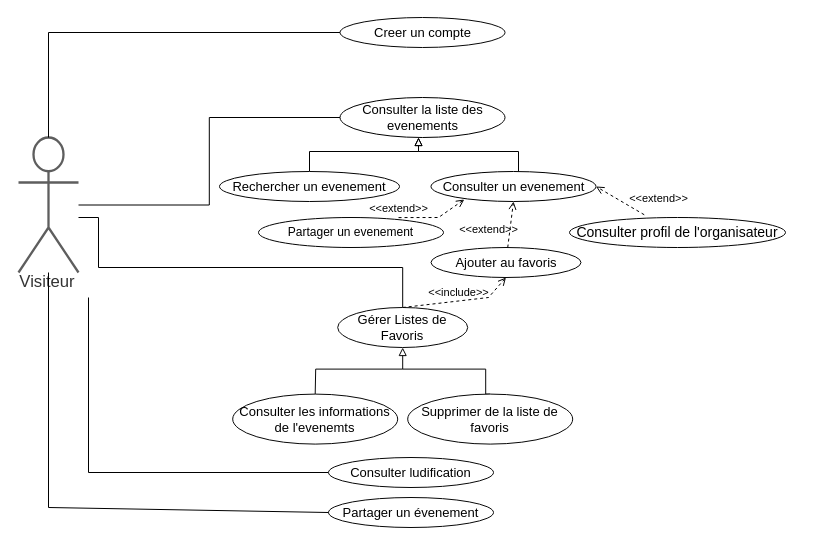
mohamedimem/event- keeps this draw.io diagram as Diagram de cas utilisation/1-Utilisateur_VF.drawio. Above is the earlier version. Source tidied: cells renumbered, new cells numbered last; positions are measured from the earlier drawing's top-left corner, leaving out a move shared by most shapes. Both pictures are drawn from the tidied source at 100%, with x=0, y=0 at pixel (18, 17).
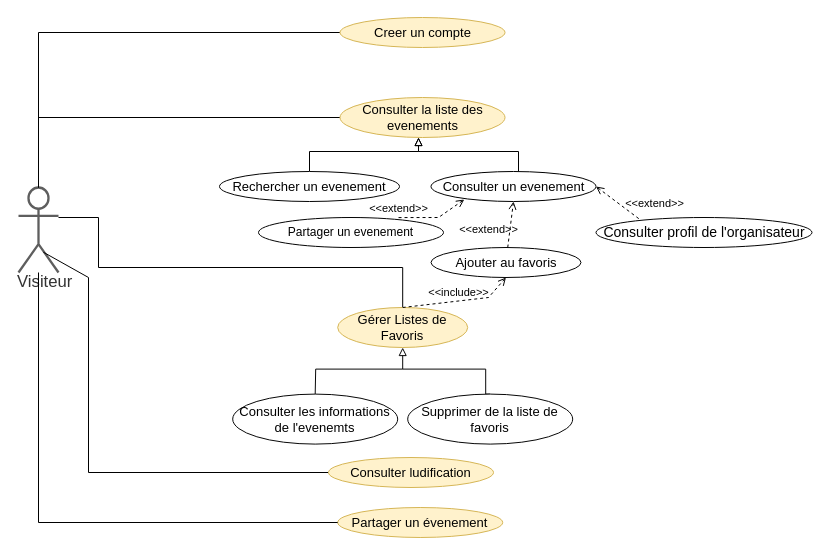
The same diagram, later.

Commit message:
Mettre à jour 1-Utilisateur_VF.drawio

The change refers to these unchanged cells:
```xml
<mxCell id="20" value="Consulter un evenement" style="html=1;overflow=block;blockSpacing=1;whiteSpace=wrap;ellipse;fontSize=13;spacing=3.8;strokeColor=#000000;strokeOpacity=100;rounded=1;absoluteArcSize=1;arcSize=9;strokeWidth=1;lucidId=soitjvf58P_N;" parent="1" vertex="1">
  <mxGeometry x="412.5" y="154" width="165" height="30" as="geometry" />
</mxCell>
```

Diff of the diagram source:
```diff
@@
     <mxCell id="2" value="Visiteur" style="html=1;overflow=block;blockSpacing=1;shape=umlActor;labelPosition=center;verticalLabelPosition=bottom;verticalAlign=top;whiteSpace=nowrap;fontSize=16.7;fontColor=#333333;align=center;spacing=0;strokeColor=#5e5e5e;strokeOpacity=100;rounded=1;absoluteArcSize=1;arcSize=9;strokeWidth=2.3;lucidId=8mitzC-ZQj-q;" parent="1" vertex="1">
-      <mxGeometry y="120" width="60" height="135" as="geometry" />
+      <mxGeometry y="170" width="40" height="85" as="geometry" />
     </mxCell>
@@
-    <mxCell id="4" value="Consulter la liste des evenements" style="html=1;overflow=block;blockSpacing=1;whiteSpace=wrap;ellipse;fontSize=13;spacing=3.8;strokeColor=#000000;strokeOpacity=100;rounded=1;absoluteArcSize=1;arcSize=9;strokeWidth=1;lucidId=soitjvf58P_N;" parent="1" vertex="1">
+    <mxCell id="4" value="Consulter la liste des evenements" style="html=1;overflow=block;blockSpacing=1;whiteSpace=wrap;ellipse;fontSize=13;spacing=3.8;strokeColor=#d6b656;strokeOpacity=100;rounded=1;absoluteArcSize=1;arcSize=9;strokeWidth=1;lucidId=soitjvf58P_N;fillColor=#fff2cc;" parent="1" vertex="1">
       <mxGeometry x="321.5" y="80" width="165" height="40" as="geometry" />
     </mxCell>
@@
-    <mxCell id="7" value="Creer un compte" style="html=1;overflow=block;blockSpacing=1;whiteSpace=wrap;ellipse;fontSize=13;spacing=3.8;strokeColor=#080808;strokeOpacity=100;rounded=1;absoluteArcSize=1;arcSize=9;strokeWidth=1;lucidId=KpitLF8Kvkj4;" parent="1" vertex="1">
+    <mxCell id="7" value="Creer un compte" style="html=1;overflow=block;blockSpacing=1;whiteSpace=wrap;ellipse;fontSize=13;spacing=3.8;strokeColor=#d6b656;strokeOpacity=100;rounded=1;absoluteArcSize=1;arcSize=9;strokeWidth=1;lucidId=KpitLF8Kvkj4;fillColor=#fff2cc;" parent="1" vertex="1">
       <mxGeometry x="321.5" width="165" height="30" as="geometry" />
     </mxCell>
@@
     <mxCell id="10" value="&lt;font style=&quot;font-size: 14px;&quot;&gt;Consulter profil de l'organisateur&lt;/font&gt;" style="ellipse;whiteSpace=wrap;html=1;strokeColor=#050505;strokeWidth=1;" parent="1" vertex="1">
-      <mxGeometry x="551" y="200" width="216" height="30" as="geometry" />
+      <mxGeometry x="577.5" y="200" width="216" height="30" as="geometry" />
     </mxCell>
@@
-    <mxCell id="14" value="Gérer Listes de Favoris " style="html=1;overflow=block;blockSpacing=1;whiteSpace=wrap;ellipse;fontSize=13;spacing=3.8;strokeColor=#080808;strokeOpacity=100;rounded=1;absoluteArcSize=1;arcSize=9;strokeWidth=1;lucidId=atit3Y5sFF7p;" parent="1" vertex="1">
+    <mxCell id="14" value="Gérer Listes de Favoris " style="html=1;overflow=block;blockSpacing=1;whiteSpace=wrap;ellipse;fontSize=13;spacing=3.8;strokeColor=#d6b656;strokeOpacity=100;rounded=1;absoluteArcSize=1;arcSize=9;strokeWidth=1;lucidId=atit3Y5sFF7p;fillColor=#fff2cc;" parent="1" vertex="1">
       <mxGeometry x="319.2" y="290" width="130" height="40" as="geometry" />
     </mxCell>
@@
-    <mxCell id="24" value="&amp;lt;&amp;lt;extend&amp;gt;&amp;gt;" style="html=1;verticalAlign=bottom;labelBackgroundColor=none;endArrow=open;endFill=0;dashed=1;rounded=0;entryX=1;entryY=0.5;entryDx=0;entryDy=0;exitX=0.346;exitY=-0.092;exitDx=0;exitDy=0;exitPerimeter=0;" parent="1" edge="1" source="10" target="20">
+    <mxCell id="24" value="&amp;lt;&amp;lt;extend&amp;gt;&amp;gt;" style="html=1;verticalAlign=bottom;labelBackgroundColor=none;endArrow=open;endFill=0;dashed=1;rounded=0;entryX=1;entryY=0.5;entryDx=0;entryDy=0;exitX=0.198;exitY=0.038;exitDx=0;exitDy=0;exitPerimeter=0;" parent="1" edge="1" source="10" target="20">
       <mxGeometry x="-1" y="-16" relative="1" as="geometry">
         <mxPoint x="6" y="7" as="offset" />
       </mxGeometry>
     </mxCell>
-    <mxCell id="25" style="edgeStyle=none;rounded=0;jettySize=auto;html=1;exitX=0;exitY=0.5;exitDx=0;exitDy=0;endArrow=none;endFill=0;" parent="1" edge="1" source="26">
+    <mxCell id="25" style="edgeStyle=none;rounded=0;jettySize=auto;html=1;exitX=0;exitY=0.5;exitDx=0;exitDy=0;endArrow=none;endFill=0;entryX=0.621;entryY=0.761;entryDx=0;entryDy=0;entryPerimeter=0;" parent="1" edge="1" source="26" target="2">
       <mxGeometry relative="1" as="geometry">
-        <mxPoint x="70" y="280" as="targetPoint" />
         <Array as="points">
           <mxPoint x="70" y="455" />
+          <mxPoint x="70" y="260" />
         </Array>
       </mxGeometry>
     </mxCell>
-    <mxCell id="26" value="Consulter ludification" style="html=1;overflow=block;blockSpacing=1;whiteSpace=wrap;ellipse;fontSize=13;spacing=3.8;strokeColor=#080808;strokeOpacity=100;rounded=1;absoluteArcSize=1;arcSize=9;strokeWidth=1;lucidId=KpitLF8Kvkj4;" parent="1" vertex="1">
+    <mxCell id="26" value="Consulter ludification" style="html=1;overflow=block;blockSpacing=1;whiteSpace=wrap;ellipse;fontSize=13;spacing=3.8;strokeColor=#d6b656;strokeOpacity=100;rounded=1;absoluteArcSize=1;arcSize=9;strokeWidth=1;lucidId=KpitLF8Kvkj4;fillColor=#fff2cc;" parent="1" vertex="1">
       <mxGeometry x="310" y="440" width="165" height="30" as="geometry" />
     </mxCell>
-    <mxCell id="27" value="Partager un évenement" style="html=1;overflow=block;blockSpacing=1;whiteSpace=wrap;ellipse;fontSize=13;spacing=3.8;strokeColor=#080808;strokeOpacity=100;rounded=1;absoluteArcSize=1;arcSize=9;strokeWidth=1;lucidId=KpitLF8Kvkj4;" parent="1" vertex="1">
-      <mxGeometry x="310" y="480" width="165" height="30" as="geometry" />
+    <mxCell id="27" value="Partager un évenement" style="html=1;overflow=block;blockSpacing=1;whiteSpace=wrap;ellipse;fontSize=13;spacing=3.8;strokeColor=#d6b656;strokeOpacity=100;rounded=1;absoluteArcSize=1;arcSize=9;strokeWidth=1;lucidId=KpitLF8Kvkj4;fillColor=#fff2cc;" parent="1" vertex="1">
+      <mxGeometry x="319.2" y="490" width="165" height="30" as="geometry" />
     </mxCell>
-    <mxCell id="28" style="edgeStyle=none;rounded=0;jettySize=auto;html=1;exitX=0;exitY=0.5;exitDx=0;exitDy=0;endArrow=none;endFill=0;" parent="1" edge="1" target="2">
+    <mxCell id="28" style="edgeStyle=none;rounded=0;jettySize=auto;html=1;exitX=0;exitY=0.5;exitDx=0;exitDy=0;endArrow=none;endFill=0;" parent="1" edge="1" source="27" target="2">
       <mxGeometry relative="1" as="geometry">
-        <mxPoint x="310" y="495" as="sourcePoint" />
         <Array as="points">
-          <mxPoint x="30" y="490" />
+          <mxPoint x="20" y="505" />
         </Array>
       </mxGeometry>
     </mxCell>
```
